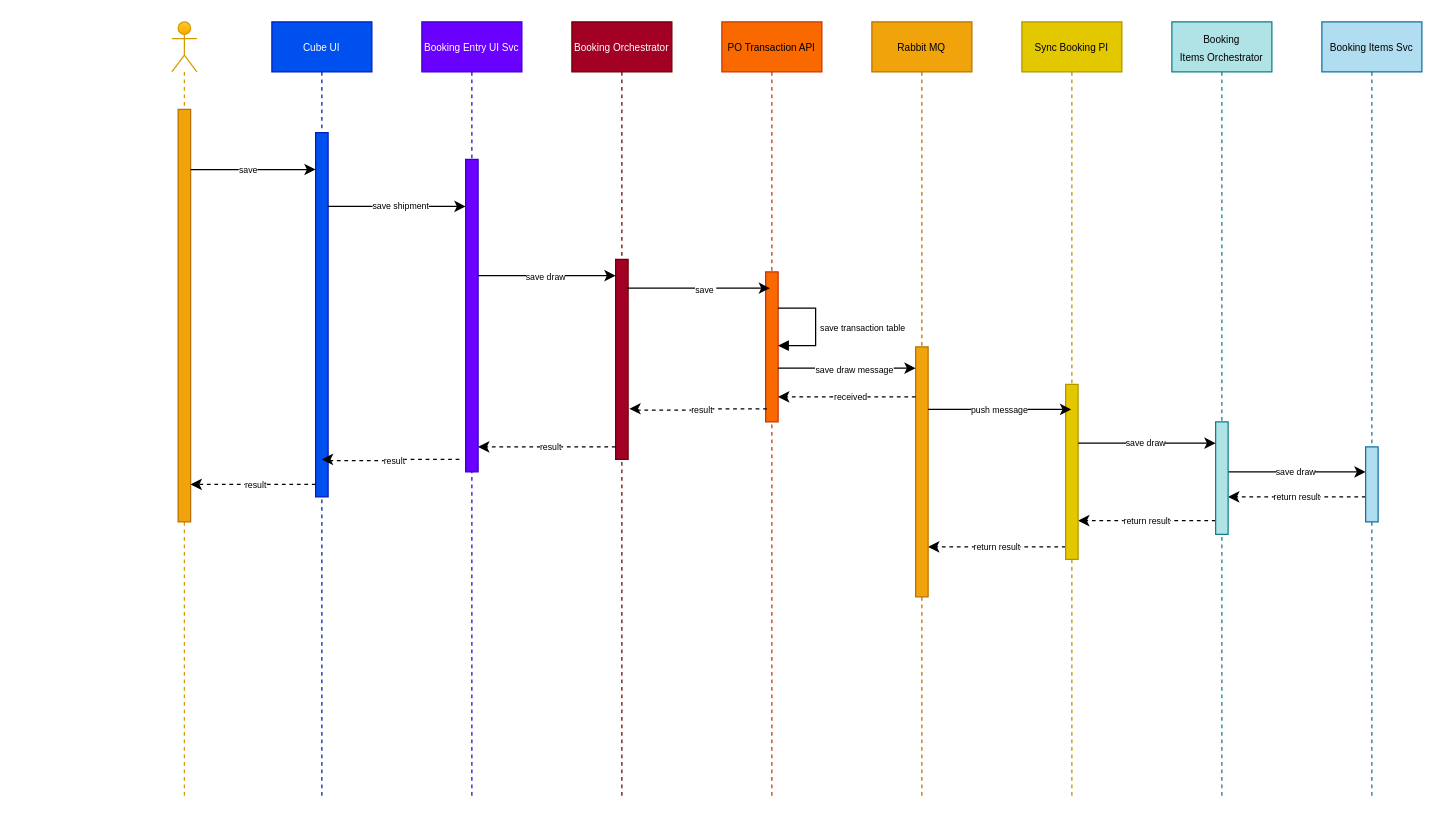
The draw.io diagram page "Cube" (4 of 4) of PO Architecure.drawio in TommyVV/chr-diagrams, before the edit. Source tidied: cells renumbered, new cells numbered last; positions are measured from the earlier drawing's top-left corner, leaving out a move shared by most shapes. Both pictures are drawn from the tidied source at 125%, with x=0, y=0 at pixel (171, 21).
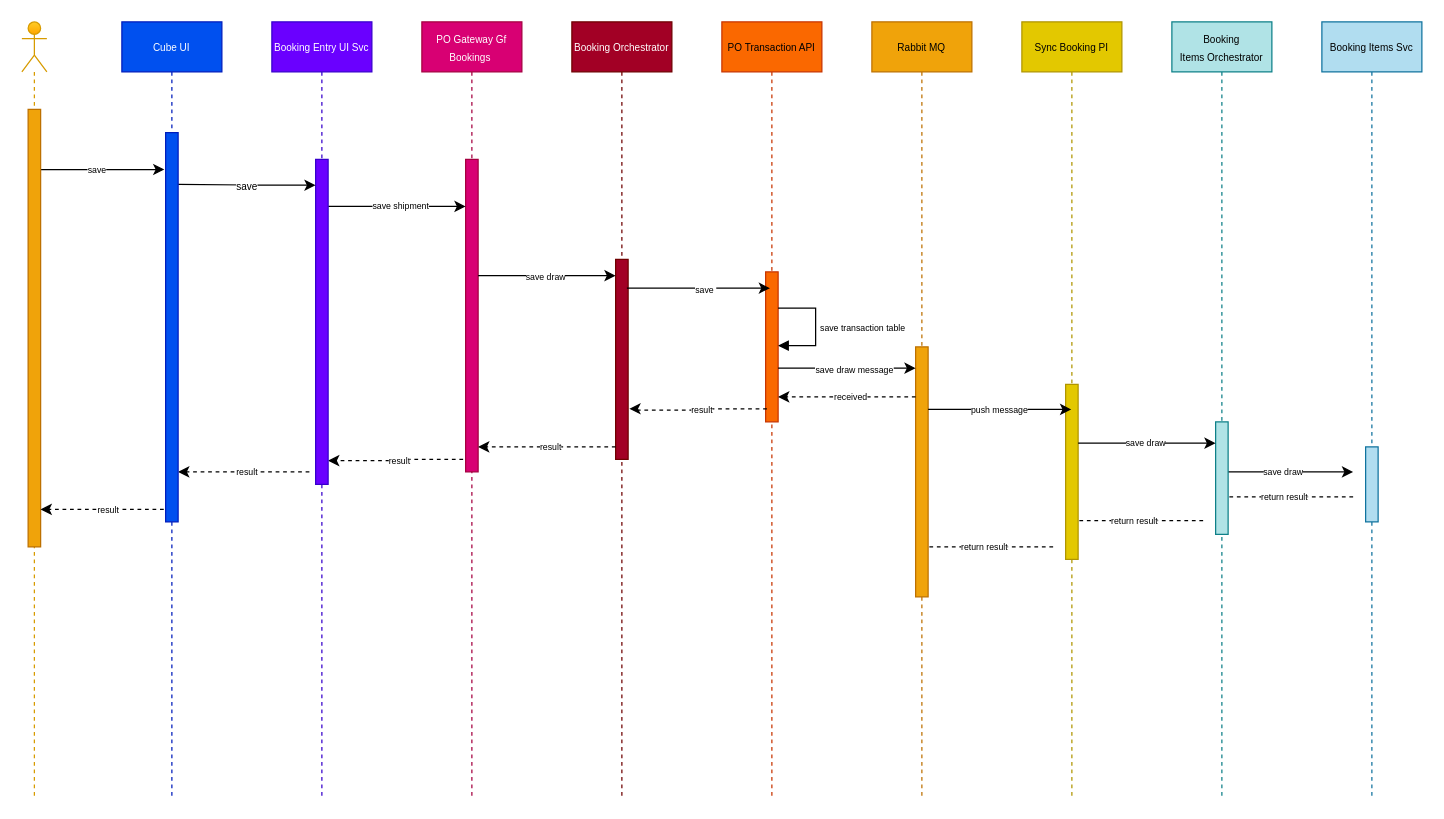
Above is the later version.

Unchanged cells that the change refers to:
```xml
<mxCell id="11" style="group;spacing=1;" parent="10" vertex="1">
  <mxGeometry width="400" height="620" as="geometry" />
</mxCell>
```

Change to the diagram source:
```diff
@@
     <mxCell id="2" style="edgeStyle=orthogonalEdgeStyle;rounded=0;orthogonalLoop=1;jettySize=auto;html=1;curved=0;" parent="1" edge="1">
       <mxGeometry relative="1" as="geometry">
-        <mxPoint x="845" y="360" as="sourcePoint" />
-        <mxPoint x="955" y="360" as="targetPoint" />
+        <mxPoint x="835" y="360" as="sourcePoint" />
+        <mxPoint x="945" y="360" as="targetPoint" />
         <Array as="points">
-          <mxPoint x="930" y="360" />
-          <mxPoint x="930" y="360" />
+          <mxPoint x="920" y="360" />
+          <mxPoint x="920" y="360" />
         </Array>
       </mxGeometry>
     </mxCell>
@@
     <mxCell id="4" style="edgeStyle=orthogonalEdgeStyle;rounded=0;orthogonalLoop=1;jettySize=auto;html=1;curved=0;dashed=1;" parent="1" edge="1">
       <mxGeometry relative="1" as="geometry">
-        <mxPoint x="955" y="380" as="sourcePoint" />
-        <mxPoint x="845" y="380" as="targetPoint" />
+        <mxPoint x="945" y="380" as="sourcePoint" />
+        <mxPoint x="835" y="380" as="targetPoint" />
         <Array as="points">
-          <mxPoint x="870" y="380" />
-          <mxPoint x="870" y="380" />
+          <mxPoint x="860" y="380" />
+          <mxPoint x="860" y="380" />
         </Array>
       </mxGeometry>
     </mxCell>
@@
     <mxCell id="6" style="edgeStyle=orthogonalEdgeStyle;rounded=0;orthogonalLoop=1;jettySize=auto;html=1;curved=0;dashed=1;" parent="1" edge="1">
       <mxGeometry relative="1" as="geometry">
-        <mxPoint x="835" y="399" as="sourcePoint" />
-        <mxPoint x="725" y="399" as="targetPoint" />
+        <mxPoint x="825" y="399" as="sourcePoint" />
+        <mxPoint x="715" y="399" as="targetPoint" />
         <Array as="points">
-          <mxPoint x="750" y="399" />
-          <mxPoint x="750" y="399" />
+          <mxPoint x="740" y="399" />
+          <mxPoint x="740" y="399" />
         </Array>
       </mxGeometry>
     </mxCell>
@@
     <mxCell id="8" style="edgeStyle=orthogonalEdgeStyle;rounded=0;orthogonalLoop=1;jettySize=auto;html=1;curved=0;dashed=1;" parent="1" edge="1">
       <mxGeometry relative="1" as="geometry">
-        <mxPoint x="715" y="420" as="sourcePoint" />
-        <mxPoint x="605" y="420" as="targetPoint" />
+        <mxPoint x="705" y="420" as="sourcePoint" />
+        <mxPoint x="595" y="420" as="targetPoint" />
         <Array as="points">
-          <mxPoint x="630" y="420" />
-          <mxPoint x="630" y="420" />
+          <mxPoint x="620" y="420" />
+          <mxPoint x="620" y="420" />
         </Array>
       </mxGeometry>
     </mxCell>
@@
-    <mxCell id="12" value="&lt;font style=&quot;font-size: 8px;&quot;&gt;Cube UI&lt;/font&gt;" style="shape=umlLifeline;perimeter=lifelinePerimeter;whiteSpace=wrap;html=1;outlineConnect=0;portConstraint=eastwest;newEdgeStyle={&quot;curved&quot;:0,&quot;rounded&quot;:0};fillColor=#0050ef;fontColor=#ffffff;strokeColor=#001DBC;" parent="11" vertex="1">
-      <mxGeometry x="80" width="80" height="620" as="geometry" />
-    </mxCell>
-    <mxCell id="13" style="html=1;points=[[0,0,0,0,5],[0,1,0,0,-5],[1,0,0,0,5],[1,1,0,0,-5]];perimeter=orthogonalPerimeter;outlineConnect=0;targetShapes=umlLifeline;portConstraint=eastwest;newEdgeStyle={&quot;curved&quot;:0,&quot;rounded&quot;:0};fillColor=#0050ef;fontColor=#ffffff;strokeColor=#001DBC;" parent="12" vertex="1">
-      <mxGeometry x="35" y="88.6" width="10" height="291.4" as="geometry" />
-    </mxCell>
-    <mxCell id="14" style="shape=umlLifeline;perimeter=lifelinePerimeter;whiteSpace=wrap;html=1;newEdgeStyle={&quot;curved&quot;:0,&quot;rounded&quot;:0};participant=umlActor;fillColor=#ffcd28;strokeColor=#d79b00;gradientColor=#ffa500;" parent="11" vertex="1">
-      <mxGeometry width="20" height="620" as="geometry" />
-    </mxCell>
-    <mxCell id="15" style="html=1;points=[[0,0,0,0,5],[0,1,0,0,-5],[1,0,0,0,5],[1,1,0,0,-5]];perimeter=orthogonalPerimeter;outlineConnect=0;targetShapes=umlLifeline;portConstraint=eastwest;newEdgeStyle={&quot;curved&quot;:0,&quot;rounded&quot;:0};fillColor=#f0a30a;fontColor=#000000;strokeColor=#BD7000;" parent="14" vertex="1">
-      <mxGeometry x="5" y="70" width="10" height="330" as="geometry" />
-    </mxCell>
-    <mxCell id="16" value="&lt;div&gt;&lt;font style=&quot;font-size: 8px;&quot;&gt;Booking Entry UI Svc&lt;/font&gt;&lt;/div&gt;" style="shape=umlLifeline;perimeter=lifelinePerimeter;whiteSpace=wrap;html=1;newEdgeStyle={&quot;curved&quot;:0,&quot;rounded&quot;:0};fillColor=#6a00ff;fontColor=#ffffff;strokeColor=#3700CC;" parent="11" vertex="1">
+    <mxCell id="16" value="&lt;div&gt;&lt;font style=&quot;font-size: 8px;&quot;&gt;PO Gateway Gf Bookings&amp;nbsp;&lt;/font&gt;&lt;/div&gt;" style="shape=umlLifeline;perimeter=lifelinePerimeter;whiteSpace=wrap;html=1;newEdgeStyle={&quot;curved&quot;:0,&quot;rounded&quot;:0};fillColor=#d80073;fontColor=#ffffff;strokeColor=#A50040;" parent="11" vertex="1">
       <mxGeometry x="200" width="80" height="620" as="geometry" />
     </mxCell>
-    <mxCell id="17" style="html=1;points=[[0,0,0,0,5],[0,1,0,0,-5],[1,0,0,0,5],[1,1,0,0,-5]];perimeter=orthogonalPerimeter;outlineConnect=0;targetShapes=umlLifeline;portConstraint=eastwest;newEdgeStyle={&quot;curved&quot;:0,&quot;rounded&quot;:0};fillColor=#6a00ff;fontColor=#ffffff;strokeColor=#3700CC;" parent="16" vertex="1">
+    <mxCell id="17" style="html=1;points=[[0,0,0,0,5],[0,1,0,0,-5],[1,0,0,0,5],[1,1,0,0,-5]];perimeter=orthogonalPerimeter;outlineConnect=0;targetShapes=umlLifeline;portConstraint=eastwest;newEdgeStyle={&quot;curved&quot;:0,&quot;rounded&quot;:0};fillColor=#d80073;fontColor=#ffffff;strokeColor=#A50040;" parent="16" vertex="1">
       <mxGeometry x="35" y="110" width="10" height="250" as="geometry" />
     </mxCell>
@@
     <mxCell id="19" style="edgeStyle=orthogonalEdgeStyle;rounded=0;orthogonalLoop=1;jettySize=auto;html=1;curved=0;" parent="11" edge="1">
       <mxGeometry relative="1" as="geometry">
-        <mxPoint x="15" y="118.1" as="sourcePoint" />
-        <mxPoint x="115" y="118.1" as="targetPoint" />
+        <mxPoint x="-106" y="118.1" as="sourcePoint" />
+        <mxPoint x="-6" y="118.1" as="targetPoint" />
       </mxGeometry>
     </mxCell>
@@
-    <mxCell id="28" style="edgeStyle=orthogonalEdgeStyle;rounded=0;orthogonalLoop=1;jettySize=auto;html=1;curved=0;dashed=1;" parent="11" edge="1">
+    <mxCell id="28" style="edgeStyle=orthogonalEdgeStyle;rounded=0;jettySize=auto;html=1;curved=0;dashed=1;" parent="11" edge="1" target="56">
       <mxGeometry relative="1" as="geometry">
-        <mxPoint x="230" y="350" as="sourcePoint" />
-        <mxPoint x="120" y="350" as="targetPoint" />
+        <mxPoint x="233" y="350" as="sourcePoint" />
         <Array as="points">
-          <mxPoint x="181" y="350" />
-          <mxPoint x="181" y="351" />
-          <mxPoint x="125" y="351" />
-          <mxPoint x="125" y="350" />
+          <mxPoint x="184" y="350" />
+          <mxPoint x="128" y="351" />
         </Array>
       </mxGeometry>
     </mxCell>
@@
-    <mxCell id="30" style="edgeStyle=orthogonalEdgeStyle;rounded=0;jettySize=auto;html=1;curved=0;dashed=1;" parent="11" edge="1" source="13" target="15">
-      <mxGeometry relative="1" as="geometry">
-        <Array as="points">
-          <mxPoint x="40" y="370" />
-          <mxPoint x="40" y="370" />
-        </Array>
-      </mxGeometry>
-    </mxCell>
-    <mxCell id="31" value="&lt;font style=&quot;font-size: 7px;&quot;&gt;result&lt;/font&gt;" style="edgeLabel;html=1;align=center;verticalAlign=middle;" parent="30" vertex="1">
-      <mxGeometry x="-0.03" y="1" relative="1" as="geometry">
-        <mxPoint y="-3" as="offset" />
-      </mxGeometry>
-    </mxCell>
+    <mxCell id="55" value="&lt;div&gt;&lt;font style=&quot;font-size: 8px;&quot;&gt;Booking Entry UI Svc&lt;/font&gt;&lt;/div&gt;" style="shape=umlLifeline;perimeter=lifelinePerimeter;whiteSpace=wrap;html=1;newEdgeStyle={&quot;curved&quot;:0,&quot;rounded&quot;:0};fillColor=#6a00ff;fontColor=#ffffff;strokeColor=#3700CC;" parent="11" vertex="1">
+      <mxGeometry x="80" width="80" height="620" as="geometry" />
+    </mxCell>
+    <mxCell id="56" style="html=1;points=[[0,0,0,0,5],[0,1,0,0,-5],[1,0,0,0,5],[1,1,0,0,-5]];perimeter=orthogonalPerimeter;outlineConnect=0;targetShapes=umlLifeline;portConstraint=eastwest;newEdgeStyle={&quot;curved&quot;:0,&quot;rounded&quot;:0};fillColor=#6a00ff;fontColor=#ffffff;strokeColor=#3700CC;" parent="55" vertex="1">
+      <mxGeometry x="35" y="110" width="10" height="260" as="geometry" />
+    </mxCell>
+    <mxCell id="57" style="edgeStyle=orthogonalEdgeStyle;rounded=0;orthogonalLoop=1;jettySize=auto;html=1;curved=0;" parent="11" edge="1">
+      <mxGeometry relative="1" as="geometry">
+        <mxPoint x="5" y="130" as="sourcePoint" />
+        <mxPoint x="115" y="130.7" as="targetPoint" />
+      </mxGeometry>
+    </mxCell>
+    <mxCell id="58" value="&lt;font style=&quot;font-size: 8px;&quot;&gt;save&lt;/font&gt;" style="edgeLabel;html=1;align=center;verticalAlign=middle;" parent="57" vertex="1">
+      <mxGeometry x="0.09" y="-2" relative="1" as="geometry">
+        <mxPoint x="-5" y="-3" as="offset" />
+      </mxGeometry>
+    </mxCell>
+    <mxCell id="59" style="edgeStyle=orthogonalEdgeStyle;rounded=0;jettySize=auto;html=1;curved=0;dashed=1;" parent="11" edge="1" target="13">
+      <mxGeometry relative="1" as="geometry">
+        <mxPoint x="110" y="360" as="sourcePoint" />
+        <Array as="points">
+          <mxPoint x="20" y="360" />
+          <mxPoint x="20" y="360" />
+        </Array>
+      </mxGeometry>
+    </mxCell>
+    <mxCell id="60" value="&lt;font style=&quot;font-size: 7px;&quot;&gt;result&lt;/font&gt;" style="edgeLabel;html=1;align=center;verticalAlign=middle;" parent="59" vertex="1">
+      <mxGeometry x="-0.03" y="1" relative="1" as="geometry">
+        <mxPoint y="-3" as="offset" />
+      </mxGeometry>
+    </mxCell>
@@
+    <mxCell id="14" style="shape=umlLifeline;perimeter=lifelinePerimeter;whiteSpace=wrap;html=1;newEdgeStyle={&quot;curved&quot;:0,&quot;rounded&quot;:0};participant=umlActor;fillColor=#ffcd28;strokeColor=#d79b00;gradientColor=#ffa500;" parent="1" vertex="1">
+      <mxGeometry x="-120" width="20" height="620" as="geometry" />
+    </mxCell>
+    <mxCell id="15" style="html=1;points=[[0,0,0,0,5],[0,1,0,0,-5],[1,0,0,0,5],[1,1,0,0,-5]];perimeter=orthogonalPerimeter;outlineConnect=0;targetShapes=umlLifeline;portConstraint=eastwest;newEdgeStyle={&quot;curved&quot;:0,&quot;rounded&quot;:0};fillColor=#f0a30a;fontColor=#000000;strokeColor=#BD7000;" parent="14" vertex="1">
+      <mxGeometry x="5" y="70" width="10" height="350" as="geometry" />
+    </mxCell>
+    <mxCell id="30" style="edgeStyle=orthogonalEdgeStyle;rounded=0;jettySize=auto;html=1;curved=0;dashed=1;" parent="1" edge="1" source="12">
+      <mxGeometry relative="1" as="geometry">
+        <mxPoint x="-105" y="390" as="targetPoint" />
+        <Array as="points">
+          <mxPoint x="-105" y="390" />
+        </Array>
+      </mxGeometry>
+    </mxCell>
+    <mxCell id="31" value="&lt;font style=&quot;font-size: 7px;&quot;&gt;result&lt;/font&gt;" style="edgeLabel;html=1;align=center;verticalAlign=middle;" parent="30" vertex="1">
+      <mxGeometry x="-0.03" y="1" relative="1" as="geometry">
+        <mxPoint y="-3" as="offset" />
+      </mxGeometry>
+    </mxCell>
+    <mxCell id="12" value="&lt;font style=&quot;font-size: 8px;&quot;&gt;Cube UI&lt;/font&gt;" style="shape=umlLifeline;perimeter=lifelinePerimeter;whiteSpace=wrap;html=1;outlineConnect=0;portConstraint=eastwest;newEdgeStyle={&quot;curved&quot;:0,&quot;rounded&quot;:0};fillColor=#0050ef;fontColor=#ffffff;strokeColor=#001DBC;" parent="1" vertex="1">
+      <mxGeometry x="-40" width="80" height="620" as="geometry" />
+    </mxCell>
+    <mxCell id="13" style="html=1;points=[[0,0,0,0,5],[0,1,0,0,-5],[1,0,0,0,5],[1,1,0,0,-5]];perimeter=orthogonalPerimeter;outlineConnect=0;targetShapes=umlLifeline;portConstraint=eastwest;newEdgeStyle={&quot;curved&quot;:0,&quot;rounded&quot;:0};fillColor=#0050ef;fontColor=#ffffff;strokeColor=#001DBC;" parent="12" vertex="1">
+      <mxGeometry x="35" y="88.6" width="10" height="311.4" as="geometry" />
+    </mxCell>
```
